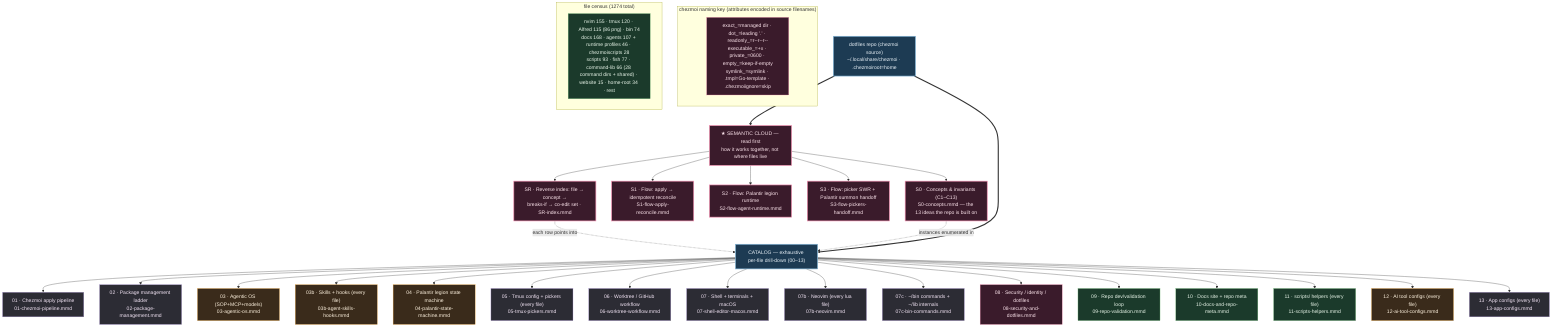
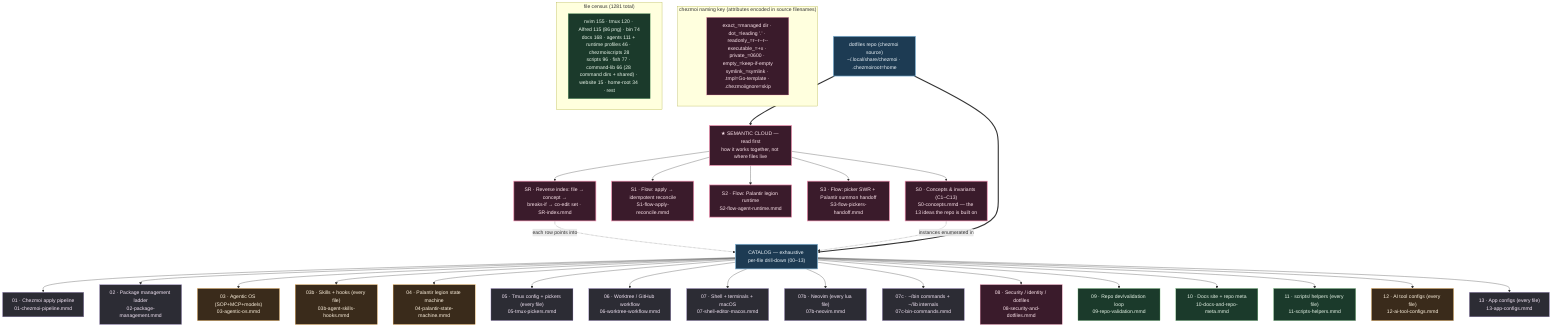
%% ============================================================================
%% 00-overview.mmd — Master navigation map for kapral18/dotfiles
%% TWO LAYERS:
%%   SEMANTIC CLOUD (read first) — how the system THINKS: concepts+invariants
%%     (S0), cross-cutting flows (S1/S2/S3), and a reverse index (SR) that maps
%%     any file to its concept, blast radius, and co-edit set.
%%   CATALOG (drill-down) — how the system is LAID OUT: 00-13 enumerate every
- %%     one of the 1274 files in the effective git file set by exact chezmoi source path.
+ %%     one of the 1281 files in the effective git file set by exact chezmoi source path.
%% `home/` is chezmoi source deployed to $HOME; scripts/tools/website/docs are
%% repo-side (NOT deployed). Each node → a deeper .mmd.
%% ============================================================================
graph TD
    classDef entry fill:#1d3b53,stroke:#7fb3d5,color:#eaf2f8,stroke-width:2px;
    classDef sys fill:#2c2c34,stroke:#b39ddb,color:#f3e5f5;
    classDef ai fill:#3a2b1b,stroke:#ffb74d,color:#fff3e0;
    classDef repo fill:#1b3a2b,stroke:#81c784,color:#e8f5e9;
    classDef data fill:#3a1b2b,stroke:#f48fb1,color:#fce4ec;
    classDef sem fill:#3a1b2b,stroke:#f48fb1,color:#fce4ec,stroke-width:2px;

    ROOT["dotfiles repo (chezmoi source)<br/>~/.local/share/chezmoi · .chezmoiroot=home"]:::entry

    %% ---- SEMANTIC LAYER (read before the catalog) --------------------------
    ROOT ==> SEMHEAD["★ SEMANTIC CLOUD — read first<br/>how it works together, not where files live"]:::sem
    SEMHEAD --> S0["S0 · Concepts & invariants (C1–C13)<br/>S0-concepts.mmd — the 13 ideas the repo is built on"]:::sem
    SEMHEAD --> S1["S1 · Flow: apply → idempotent reconcile<br/>S1-flow-apply-reconcile.mmd"]:::sem
    SEMHEAD --> S2["S2 · Flow: Palantir legion runtime<br/>S2-flow-agent-runtime.mmd"]:::sem
    SEMHEAD --> S3["S3 · Flow: picker SWR + Palantir summon handoff<br/>S3-flow-pickers-handoff.mmd"]:::sem
    SEMHEAD --> SR["SR · Reverse index: file → concept →<br/>breaks-if → co-edit set · SR-index.mmd"]:::sem
    SR -. "each row points into" .-> CATHEAD
    S0 -. "instances enumerated in" .-> CATHEAD

    %% ---- CATALOG LAYER (exhaustive per-file drill-down) --------------------
    ROOT ==> CATHEAD["CATALOG — exhaustive per-file drill-down (00–13)"]:::entry

    CATHEAD --> CZ["01 · Chezmoi apply pipeline<br/>01-chezmoi-pipeline.mmd"]:::sys
    CATHEAD --> PKG["02 · Package management ladder<br/>02-package-management.mmd"]:::sys
    CATHEAD --> AIOS["03 · Agentic OS (SOP+MCP+models)<br/>03-agentic-os.mmd"]:::ai
    CATHEAD --> SKILLS["03b · Skills + hooks (every file)<br/>03b-agent-skills-hooks.mmd"]:::ai
    CATHEAD --> PAL["04 · Palantir legion state machine<br/>04-palantir-state-machine.mmd"]:::ai
    CATHEAD --> TMUX["05 · Tmux config + pickers (every file)<br/>05-tmux-pickers.mmd"]:::sys
    CATHEAD --> WT["06 · Worktree / GitHub workflow<br/>06-worktree-workflow.mmd"]:::sys
    CATHEAD --> SEM["07 · Shell + terminals + macOS<br/>07-shell-editor-macos.mmd"]:::sys
    CATHEAD --> NVIM["07b · Neovim (every lua file)<br/>07b-neovim.mmd"]:::sys
    CATHEAD --> BIN["07c · ~/bin commands + ~/lib internals<br/>07c-bin-commands.mmd"]:::sys
    CATHEAD --> SEC["08 · Security / identity / dotfiles<br/>08-security-and-dotfiles.mmd"]:::data
    CATHEAD --> VAL["09 · Repo dev/validation loop<br/>09-repo-validation.mmd"]:::repo
    CATHEAD --> DOCS["10 · Docs site + repo meta<br/>10-docs-and-repo-meta.mmd"]:::repo
    CATHEAD --> SCRIPTS["11 · scripts/ helpers (every file)<br/>11-scripts-helpers.mmd"]:::repo
    CATHEAD --> AICFG["12 · AI tool configs (every file)<br/>12-ai-tool-configs.mmd"]:::ai
    CATHEAD --> APPS["13 · App configs (every file)<br/>13-app-configs.mmd"]:::sys

    subgraph KEY["chezmoi naming key (attributes encoded in source filenames)"]
        K1["exact_=managed dir · dot_=leading '.' · readonly_=r--r--r--<br/>executable_=+x · private_=0600 · empty_=keep-if-empty<br/>symlink_=symlink · .tmpl=Go-template · .chezmoiignore=skip"]:::data
    end

-     subgraph COUNTS["file census (1274 total)"]
-         C1["nvim 155 · tmux 120 · Alfred 115 (86 png) · bin 74<br/>docs 168 · agents 107 + runtime profiles 46 · chezmoiscripts 28<br/>scripts 93 · fish 77 · command-lib 66 (28 command dirs + shared) · website 15 · home-root 34 · rest"]:::repo
+     subgraph COUNTS["file census (1281 total)"]
+         C1["nvim 155 · tmux 120 · Alfred 115 (86 png) · bin 74<br/>docs 168 · agents 111 + runtime profiles 46 · chezmoiscripts 28<br/>scripts 96 · fish 77 · command-lib 66 (28 command dirs + shared) · website 15 · home-root 34 · rest"]:::repo
    end
